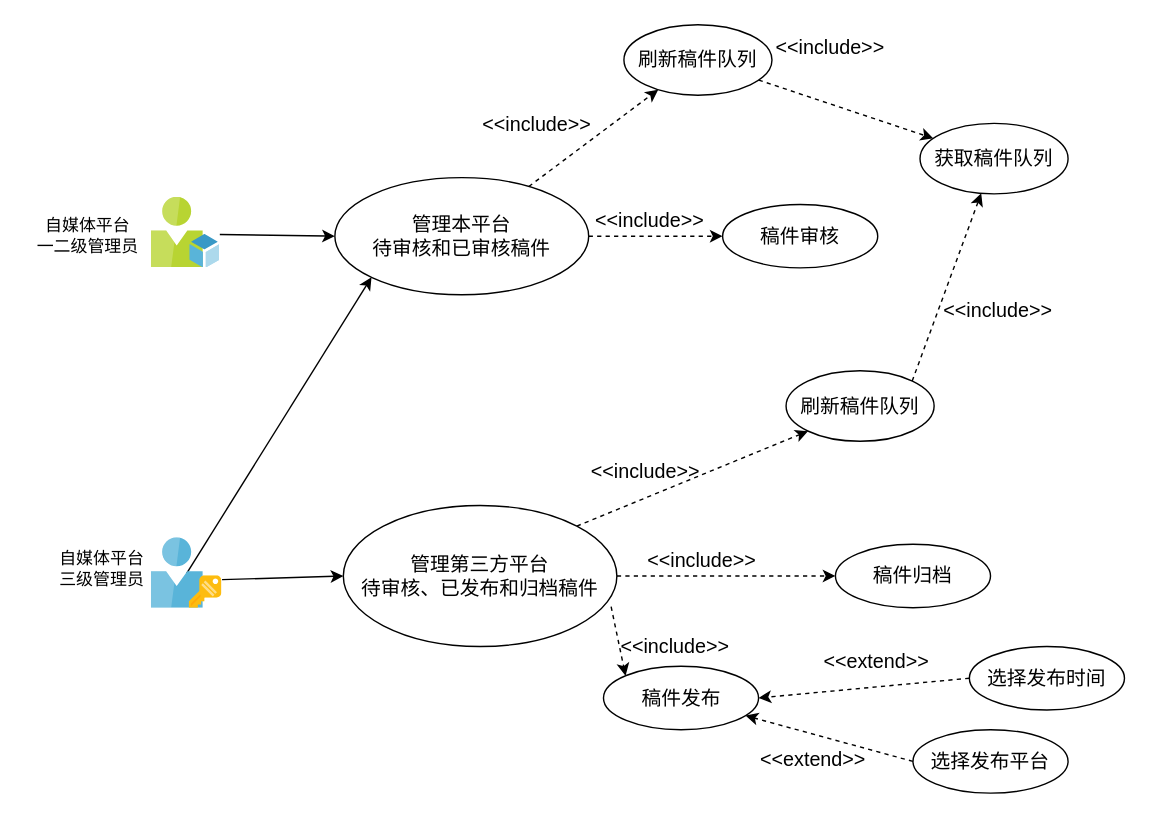
This is 1-SoftwareRequirements/ArticleManagement/am_usercase.drawio from zan-press/diagram, a draw.io file, before an edit. Source tidied: cells renumbered, new cells numbered last; positions are measured from the earlier drawing's top-left corner, leaving out a move shared by most shapes. Both pictures are drawn from the tidied source at 141%, with x=0, y=0 at pixel (24, 24).
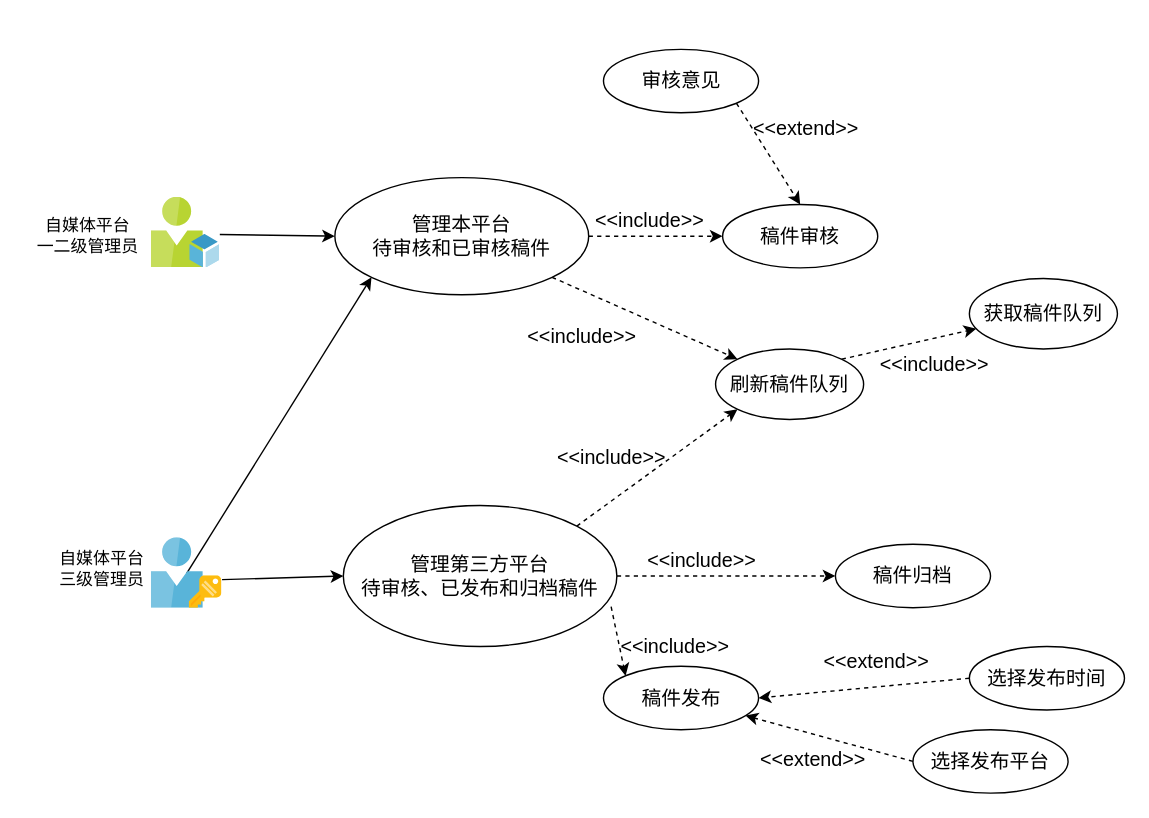
The same diagram, later.

Unchanged cells that the change refers to:
```xml
<mxCell id="8" value="管理本平台&lt;br&gt;待审核和已审核稿件" style="ellipse;whiteSpace=wrap;html=1;fontFamily=SF Mono;fontSize=14;" parent="1" vertex="1">
  <mxGeometry x="220" y="108.5" width="180" height="83" as="geometry" />
</mxCell>
<mxCell id="12" value="稿件审核" style="ellipse;whiteSpace=wrap;html=1;fontFamily=SF Mono;fontSize=14;" parent="1" vertex="1">
  <mxGeometry x="495" y="127.5" width="110" height="45" as="geometry" />
</mxCell>
```

Change to the diagram source:
```diff
@@
-    <mxCell id="7" style="rounded=0;jettySize=auto;html=1;dashed=1;endArrow=classic;endFill=1;" parent="1" edge="1" source="8" target="10">
-      <mxGeometry relative="1" as="geometry" />
-    </mxCell>
+    <mxCell id="37" style="edgeStyle=none;rounded=0;jettySize=auto;html=1;exitX=1;exitY=1;exitDx=0;exitDy=0;entryX=0;entryY=0;entryDx=0;entryDy=0;dashed=1;" parent="1" edge="1" source="8" target="33">
+      <mxGeometry relative="1" as="geometry" />
+    </mxCell>
@@
-    <mxCell id="9" style="edgeStyle=none;rounded=0;jettySize=auto;html=1;dashed=1;endArrow=classic;endFill=1;" parent="1" edge="1" source="10" target="11">
-      <mxGeometry relative="1" as="geometry" />
-    </mxCell>
-    <mxCell id="10" value="刷新稿件队列" style="ellipse;whiteSpace=wrap;html=1;fontFamily=SF Mono;fontSize=14;" parent="1" vertex="1">
-      <mxGeometry x="425" width="105" height="50" as="geometry" />
-    </mxCell>
     <mxCell id="11" value="获取稿件队列" style="ellipse;whiteSpace=wrap;html=1;fontFamily=SF Mono;fontSize=14;" parent="1" vertex="1">
-      <mxGeometry x="635" y="70" width="105" height="50" as="geometry" />
+      <mxGeometry x="670" y="180" width="105" height="50" as="geometry" />
     </mxCell>
@@
     <mxCell id="16" value="&lt;font style=&quot;font-size: 14px&quot;&gt;&amp;lt;&amp;lt;include&amp;gt;&amp;gt;&lt;/font&gt;" style="text;html=1;align=left;verticalAlign=top;spacingTop=-4;" parent="1" vertex="1">
-      <mxGeometry x="323" y="60" width="90" height="20" as="geometry" />
+      <mxGeometry x="355" y="210" width="90" height="20" as="geometry" />
     </mxCell>
@@
     <mxCell id="33" value="刷新稿件队列" style="ellipse;whiteSpace=wrap;html=1;fontFamily=SF Mono;fontSize=14;" parent="1" vertex="1">
-      <mxGeometry x="540" y="245.5" width="105" height="50" as="geometry" />
+      <mxGeometry x="490" y="230" width="105" height="50" as="geometry" />
     </mxCell>
     <mxCell id="34" value="&lt;font style=&quot;font-size: 14px&quot;&gt;&amp;lt;&amp;lt;include&amp;gt;&amp;gt;&lt;/font&gt;" style="text;html=1;align=left;verticalAlign=top;spacingTop=-4;" parent="1" vertex="1">
-      <mxGeometry x="400" y="305.5" width="90" height="20" as="geometry" />
+      <mxGeometry x="375.5" y="295.5" width="90" height="20" as="geometry" />
     </mxCell>
-    <mxCell id="35" value="&lt;font style=&quot;font-size: 14px&quot;&gt;&amp;lt;&amp;lt;include&amp;gt;&amp;gt;&lt;/font&gt;" style="text;html=1;align=left;verticalAlign=top;spacingTop=-4;" parent="1" vertex="1">
-      <mxGeometry x="531" y="5" width="90" height="20" as="geometry" />
-    </mxCell>
     <mxCell id="36" value="&lt;font style=&quot;font-size: 14px&quot;&gt;&amp;lt;&amp;lt;include&amp;gt;&amp;gt;&lt;/font&gt;" style="text;html=1;align=left;verticalAlign=top;spacingTop=-4;" parent="1" vertex="1">
-      <mxGeometry x="650" y="191.5" width="90" height="20" as="geometry" />
+      <mxGeometry x="605" y="230" width="90" height="20" as="geometry" />
     </mxCell>
+    <mxCell id="38" style="rounded=0;jettySize=auto;html=1;exitX=1;exitY=1;exitDx=0;exitDy=0;entryX=0.5;entryY=0;entryDx=0;entryDy=0;dashed=1;" parent="1" edge="1" source="39" target="12">
+      <mxGeometry relative="1" as="geometry" />
+    </mxCell>
+    <mxCell id="39" value="审核意见" style="ellipse;whiteSpace=wrap;html=1;fontFamily=SF Mono;fontSize=14;" parent="1" vertex="1">
+      <mxGeometry x="410.5" y="17.5" width="110" height="45" as="geometry" />
+    </mxCell>
+    <mxCell id="40" value="&lt;font style=&quot;font-size: 14px&quot;&gt;&amp;lt;&amp;lt;extend&amp;gt;&amp;gt;&lt;/font&gt;" style="text;html=1;align=left;verticalAlign=top;spacingTop=-4;" parent="1" vertex="1">
+      <mxGeometry x="515" y="62.5" width="90" height="20" as="geometry" />
+    </mxCell>
```
